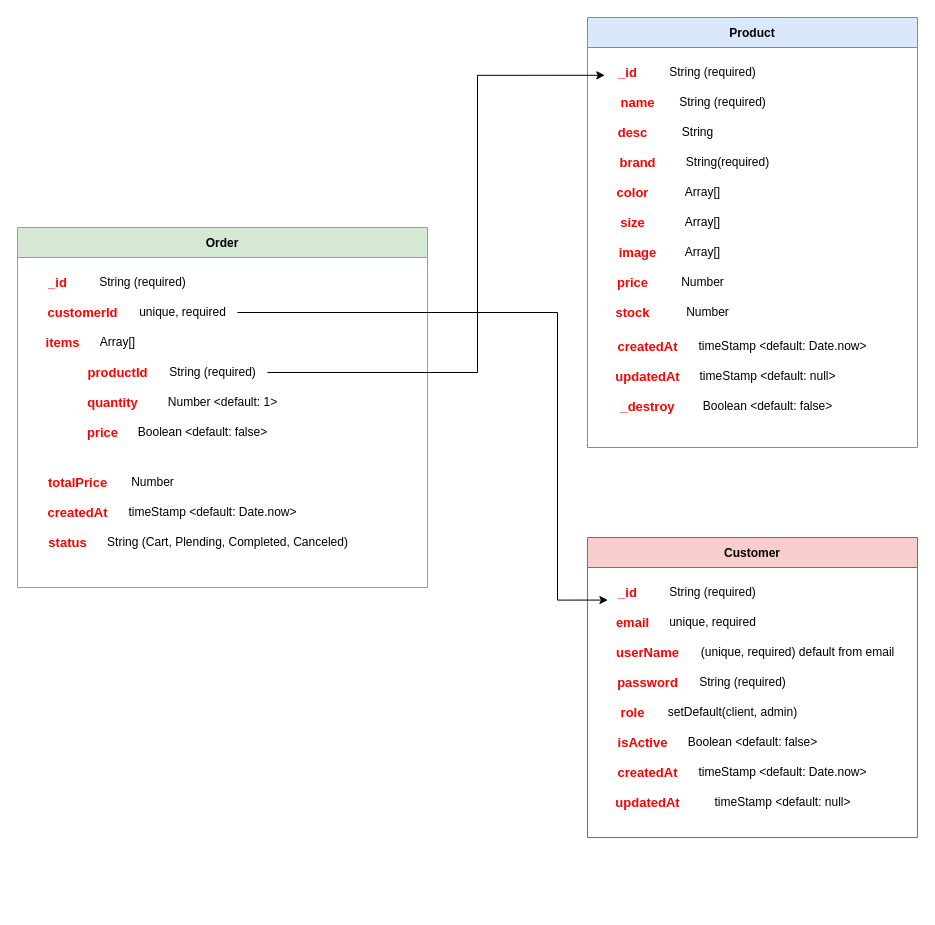
Before: page "Trang-2" (2 of 2) of Biểu đồ không có tiêu đề.drawio in GiaDuccc/shop-api, a draw.io diagram. Source tidied: cells renumbered, new cells numbered last; positions are measured from the earlier drawing's top-left corner, leaving out a move shared by most shapes. Both pictures are drawn from the tidied source at 100%, with x=0, y=0 at pixel (17, 17).
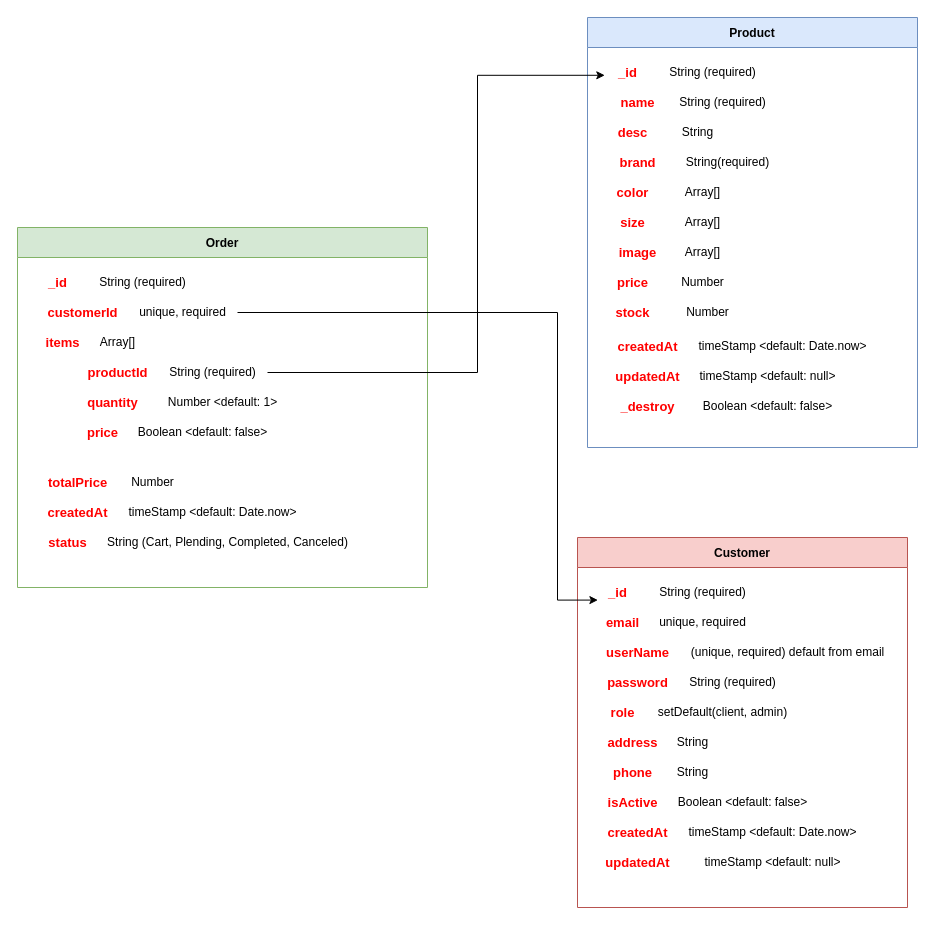
The same diagram, later.

What changed in the source:
```diff
@@
     <mxCell id="2" value="Customer" style="swimlane;startSize=30;fillColor=#f8cecc;strokeColor=#b85450;" parent="1" vertex="1">
-      <mxGeometry x="570" y="520" width="330" height="300" as="geometry" />
+      <mxGeometry x="560" y="520" width="330" height="370" as="geometry" />
     </mxCell>
@@
     <mxCell id="13" value="isActive" style="text;html=1;align=center;verticalAlign=middle;strokeColor=none;fillColor=default;fontStyle=1;labelBorderColor=none;labelBackgroundColor=none;fontColor=light-dark(#ff0000, #ededed);fontSize=13;" parent="2" vertex="1">
-      <mxGeometry x="20" y="190" width="70" height="30" as="geometry" />
+      <mxGeometry x="20" y="250" width="70" height="30" as="geometry" />
     </mxCell>
     <mxCell id="14" value="Boolean &amp;lt;default: false&amp;gt;" style="text;html=1;align=center;verticalAlign=middle;strokeColor=none;fillColor=none;" parent="2" vertex="1">
-      <mxGeometry x="90" y="190" width="150" height="30" as="geometry" />
+      <mxGeometry x="90" y="250" width="150" height="30" as="geometry" />
     </mxCell>
     <mxCell id="15" value="createdAt" style="text;html=1;align=center;verticalAlign=middle;strokeColor=none;fillColor=default;fontStyle=1;labelBorderColor=none;labelBackgroundColor=none;fontColor=light-dark(#ff0000, #ededed);fontSize=13;" parent="2" vertex="1">
-      <mxGeometry x="20" y="220" width="80" height="30" as="geometry" />
+      <mxGeometry x="20" y="280" width="80" height="30" as="geometry" />
     </mxCell>
     <mxCell id="16" value="timeStamp &amp;lt;default: Date.now&amp;gt;" style="text;html=1;align=center;verticalAlign=middle;strokeColor=none;fillColor=none;" parent="2" vertex="1">
-      <mxGeometry x="100" y="220" width="190" height="30" as="geometry" />
+      <mxGeometry x="100" y="280" width="190" height="30" as="geometry" />
     </mxCell>
     <mxCell id="17" value="updatedAt" style="text;html=1;align=center;verticalAlign=middle;strokeColor=none;fillColor=default;fontStyle=1;labelBorderColor=none;labelBackgroundColor=none;fontColor=light-dark(#ff0000, #ededed);fontSize=13;" parent="2" vertex="1">
-      <mxGeometry x="20" y="250" width="80" height="30" as="geometry" />
+      <mxGeometry x="20" y="310" width="80" height="30" as="geometry" />
     </mxCell>
     <mxCell id="18" value="timeStamp &amp;lt;default: null&amp;gt;" style="text;html=1;align=center;verticalAlign=middle;strokeColor=none;fillColor=none;" parent="2" vertex="1">
-      <mxGeometry x="115" y="250" width="160" height="30" as="geometry" />
+      <mxGeometry x="115" y="310" width="160" height="30" as="geometry" />
     </mxCell>
+    <mxCell id="65" value="address" style="text;html=1;align=center;verticalAlign=middle;strokeColor=none;fillColor=default;fontStyle=1;labelBorderColor=none;labelBackgroundColor=none;fontColor=light-dark(#ff0000, #ededed);fontSize=13;" parent="2" vertex="1">
+      <mxGeometry x="20" y="190" width="70" height="30" as="geometry" />
+    </mxCell>
+    <mxCell id="66" value="String" style="text;html=1;align=center;verticalAlign=middle;strokeColor=none;fillColor=none;" parent="2" vertex="1">
+      <mxGeometry x="90" y="190" width="50" height="30" as="geometry" />
+    </mxCell>
+    <mxCell id="67" value="phone" style="text;html=1;align=center;verticalAlign=middle;strokeColor=none;fillColor=default;fontStyle=1;labelBorderColor=none;labelBackgroundColor=none;fontColor=light-dark(#ff0000, #ededed);fontSize=13;" parent="2" vertex="1">
+      <mxGeometry x="25" y="220" width="60" height="30" as="geometry" />
+    </mxCell>
+    <mxCell id="68" value="String" style="text;html=1;align=center;verticalAlign=middle;strokeColor=none;fillColor=none;" parent="2" vertex="1">
+      <mxGeometry x="90" y="220" width="50" height="30" as="geometry" />
+    </mxCell>
```
